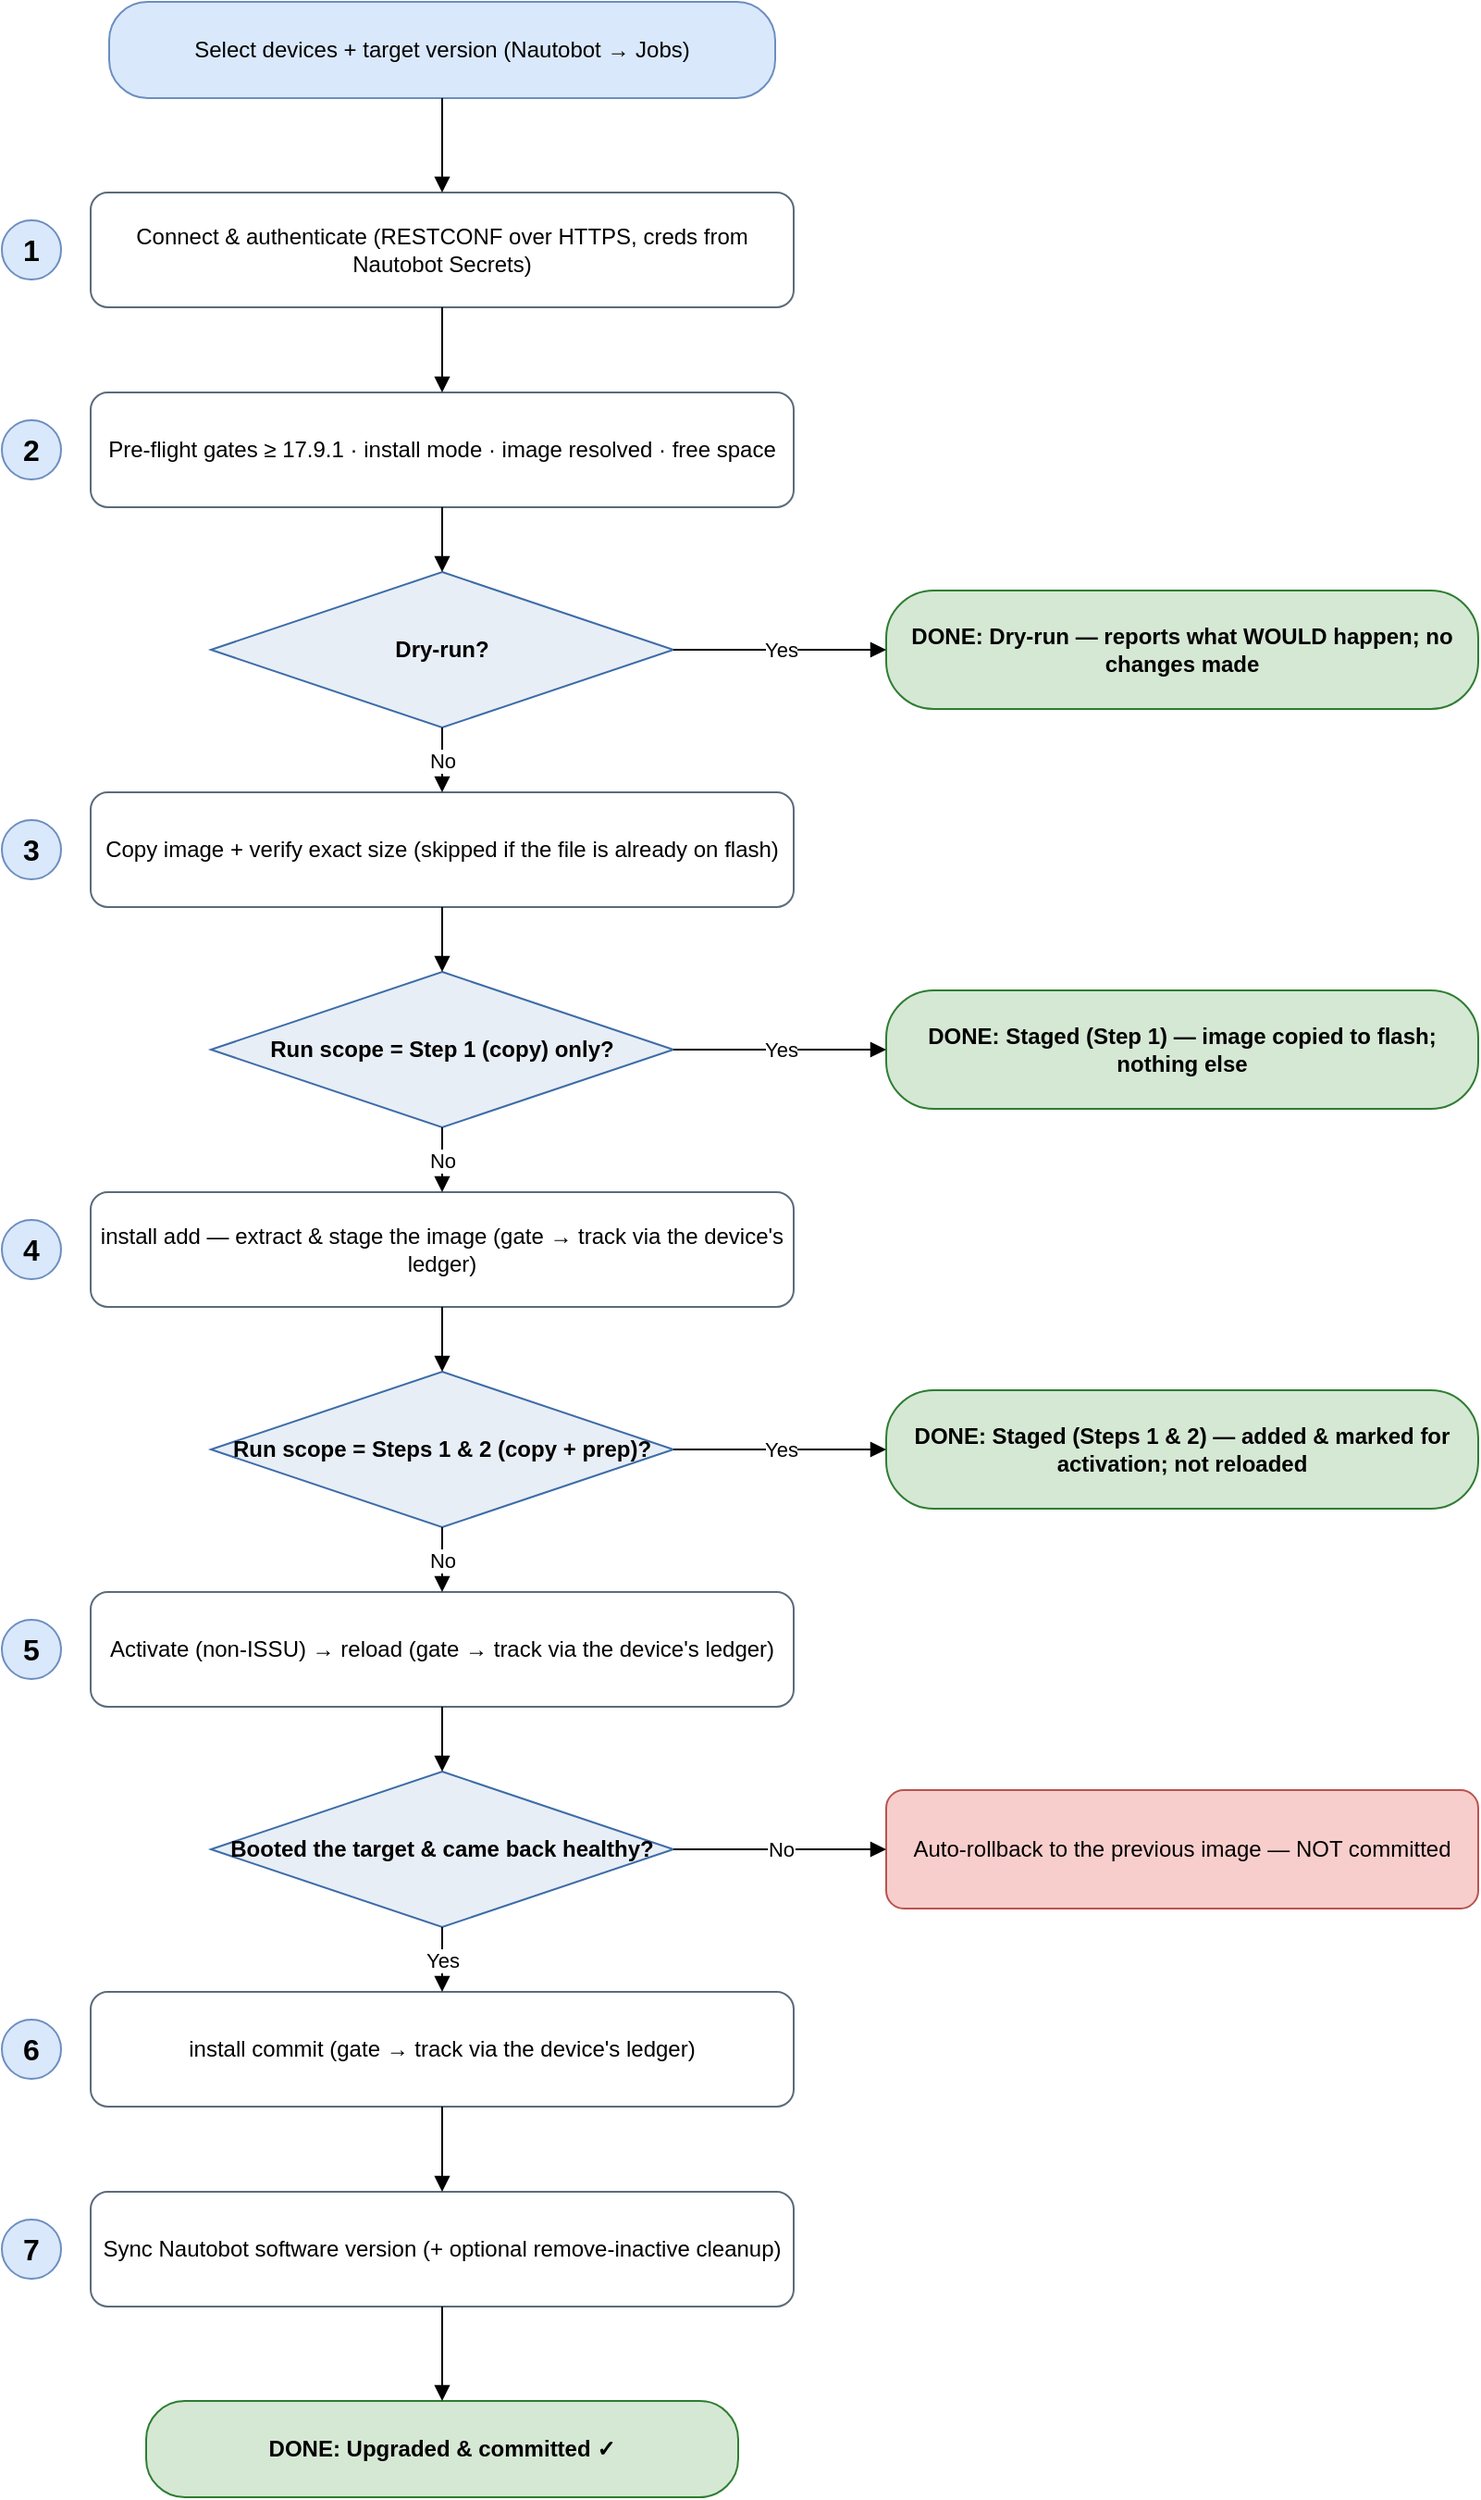
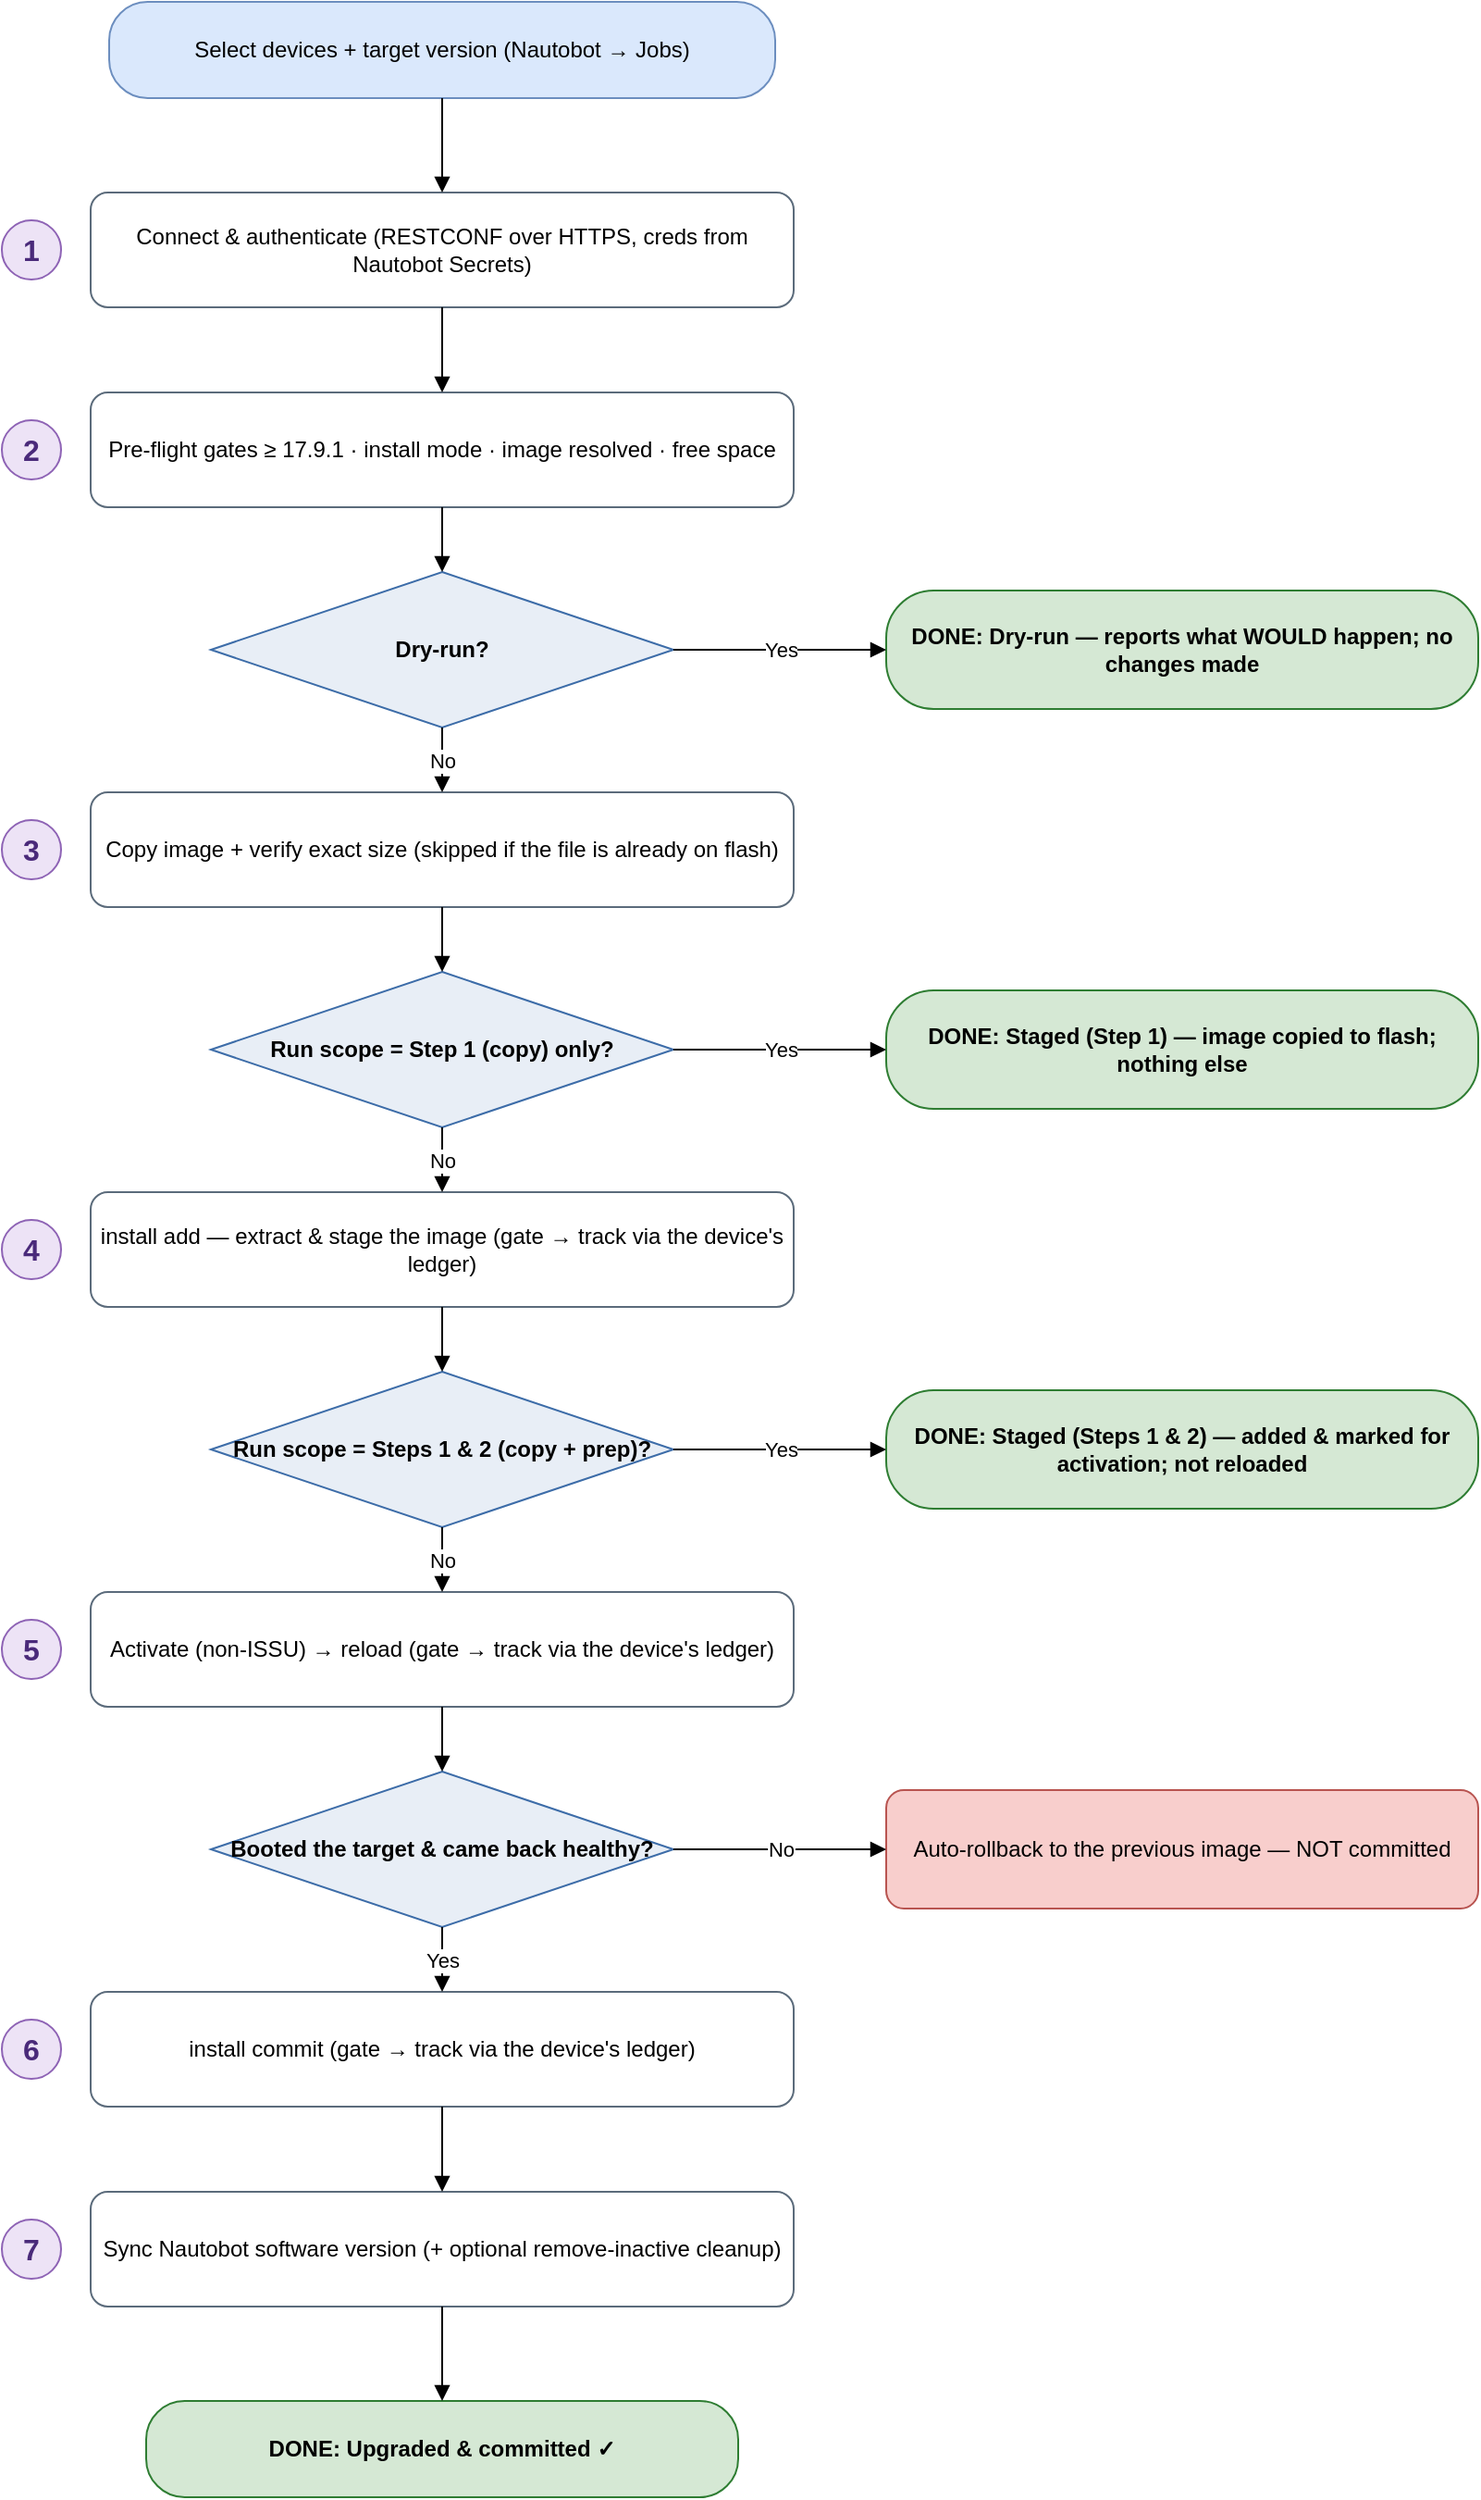
<mxfile host="app.diagrams.net" type="device">
  <diagram name="IOS-XE upgrade overview" id="iosxe-upgrade-overview">
    <mxGraphModel dx="1000" dy="1400" grid="1" gridSize="10" guides="1" tooltips="1"
        connect="1" arrows="1" fold="1" page="1" pageScale="1" math="0" shadow="0">
      <root>
        <mxCell id="0"/>
        <mxCell id="1" parent="0"/>
        <mxCell id="start" value="Select devices + target version&amp;#10;(Nautobot → Jobs)" style="rounded=1;arcSize=40;whiteSpace=wrap;html=1;fillColor=#DAE8FC;strokeColor=#6C8EBF;" vertex="1" parent="1"><mxGeometry x="160" y="52" width="360" height="52" as="geometry"/></mxCell>
        <mxCell id="connect" value="Connect &amp; authenticate&amp;#10;(RESTCONF over HTTPS, creds from Nautobot Secrets)" style="rounded=1;whiteSpace=wrap;html=1;fillColor=#FFFFFF;strokeColor=#5B6B7B;" vertex="1" parent="1"><mxGeometry x="150" y="155" width="380" height="62" as="geometry"/></mxCell>
        <mxCell id="gates" value="Pre-flight gates&amp;#10;≥ 17.9.1 · install mode · image resolved · free space" style="rounded=1;whiteSpace=wrap;html=1;fillColor=#FFFFFF;strokeColor=#5B6B7B;" vertex="1" parent="1"><mxGeometry x="150" y="263" width="380" height="62" as="geometry"/></mxCell>
        <mxCell id="d_dry" value="Dry-run?" style="rhombus;whiteSpace=wrap;html=1;fillColor=#E8EEF6;strokeColor=#3C6CA8;fontStyle=1;" vertex="1" parent="1"><mxGeometry x="215" y="360" width="250" height="84" as="geometry"/></mxCell>
        <mxCell id="copy" value="Copy image + verify exact size&amp;#10;(skipped if the file is already on flash)" style="rounded=1;whiteSpace=wrap;html=1;fillColor=#FFFFFF;strokeColor=#5B6B7B;" vertex="1" parent="1"><mxGeometry x="150" y="479" width="380" height="62" as="geometry"/></mxCell>
        <mxCell id="d_stagecopy" value="Run scope =&amp;#10;Step 1 (copy) only?" style="rhombus;whiteSpace=wrap;html=1;fillColor=#E8EEF6;strokeColor=#3C6CA8;fontStyle=1;" vertex="1" parent="1"><mxGeometry x="215" y="576" width="250" height="84" as="geometry"/></mxCell>
        <mxCell id="add" value="install add — extract &amp; stage the image&amp;#10;(gate → track via the device&#x27;s ledger)" style="rounded=1;whiteSpace=wrap;html=1;fillColor=#FFFFFF;strokeColor=#5B6B7B;" vertex="1" parent="1"><mxGeometry x="150" y="695" width="380" height="62" as="geometry"/></mxCell>
        <mxCell id="d_stageadd" value="Run scope =&amp;#10;Steps 1 &amp; 2&amp;#10;(copy + prep)?" style="rhombus;whiteSpace=wrap;html=1;fillColor=#E8EEF6;strokeColor=#3C6CA8;fontStyle=1;" vertex="1" parent="1"><mxGeometry x="215" y="792" width="250" height="84" as="geometry"/></mxCell>
        <mxCell id="activate" value="Activate (non-ISSU) → reload&amp;#10;(gate → track via the device&#x27;s ledger)" style="rounded=1;whiteSpace=wrap;html=1;fillColor=#FFFFFF;strokeColor=#5B6B7B;" vertex="1" parent="1"><mxGeometry x="150" y="911" width="380" height="62" as="geometry"/></mxCell>
        <mxCell id="d_boot" value="Booted the target&amp;#10;&amp; came back healthy?" style="rhombus;whiteSpace=wrap;html=1;fillColor=#E8EEF6;strokeColor=#3C6CA8;fontStyle=1;" vertex="1" parent="1"><mxGeometry x="215" y="1008" width="250" height="84" as="geometry"/></mxCell>
        <mxCell id="commit" value="install commit&amp;#10;(gate → track via the device&#x27;s ledger)" style="rounded=1;whiteSpace=wrap;html=1;fillColor=#FFFFFF;strokeColor=#5B6B7B;" vertex="1" parent="1"><mxGeometry x="150" y="1127" width="380" height="62" as="geometry"/></mxCell>
        <mxCell id="sync" value="Sync Nautobot software version&amp;#10;(+ optional remove-inactive cleanup)" style="rounded=1;whiteSpace=wrap;html=1;fillColor=#FFFFFF;strokeColor=#5B6B7B;" vertex="1" parent="1"><mxGeometry x="150" y="1235" width="380" height="62" as="geometry"/></mxCell>
        <mxCell id="done" value="DONE: Upgraded &amp; committed ✓" style="rounded=1;arcSize=40;whiteSpace=wrap;html=1;fillColor=#D5E8D4;strokeColor=#2E7D32;fontStyle=1;" vertex="1" parent="1"><mxGeometry x="180" y="1348" width="320" height="52" as="geometry"/></mxCell>
-         <mxCell id="connect_tag" value="1" style="rounded=1;arcSize=50;whiteSpace=wrap;html=1;fillColor=#DAE8FC;strokeColor=#6C8EBF;fontStyle=1;fontSize=16;" vertex="1" parent="1"><mxGeometry x="102" y="170" width="32" height="32" as="geometry"/></mxCell>
-         <mxCell id="gates_tag" value="2" style="rounded=1;arcSize=50;whiteSpace=wrap;html=1;fillColor=#DAE8FC;strokeColor=#6C8EBF;fontStyle=1;fontSize=16;" vertex="1" parent="1"><mxGeometry x="102" y="278" width="32" height="32" as="geometry"/></mxCell>
-         <mxCell id="copy_tag" value="3" style="rounded=1;arcSize=50;whiteSpace=wrap;html=1;fillColor=#DAE8FC;strokeColor=#6C8EBF;fontStyle=1;fontSize=16;" vertex="1" parent="1"><mxGeometry x="102" y="494" width="32" height="32" as="geometry"/></mxCell>
-         <mxCell id="add_tag" value="4" style="rounded=1;arcSize=50;whiteSpace=wrap;html=1;fillColor=#DAE8FC;strokeColor=#6C8EBF;fontStyle=1;fontSize=16;" vertex="1" parent="1"><mxGeometry x="102" y="710" width="32" height="32" as="geometry"/></mxCell>
-         <mxCell id="activate_tag" value="5" style="rounded=1;arcSize=50;whiteSpace=wrap;html=1;fillColor=#DAE8FC;strokeColor=#6C8EBF;fontStyle=1;fontSize=16;" vertex="1" parent="1"><mxGeometry x="102" y="926" width="32" height="32" as="geometry"/></mxCell>
-         <mxCell id="commit_tag" value="6" style="rounded=1;arcSize=50;whiteSpace=wrap;html=1;fillColor=#DAE8FC;strokeColor=#6C8EBF;fontStyle=1;fontSize=16;" vertex="1" parent="1"><mxGeometry x="102" y="1142" width="32" height="32" as="geometry"/></mxCell>
-         <mxCell id="sync_tag" value="7" style="rounded=1;arcSize=50;whiteSpace=wrap;html=1;fillColor=#DAE8FC;strokeColor=#6C8EBF;fontStyle=1;fontSize=16;" vertex="1" parent="1"><mxGeometry x="102" y="1250" width="32" height="32" as="geometry"/></mxCell>
+         <mxCell id="connect_tag" value="1" style="rounded=1;arcSize=50;whiteSpace=wrap;html=1;fillColor=#EDE3F6;strokeColor=#8E63B5;fontStyle=1;fontSize=16;fontColor=#4A2A7A;" vertex="1" parent="1"><mxGeometry x="102" y="170" width="32" height="32" as="geometry"/></mxCell>
+         <mxCell id="gates_tag" value="2" style="rounded=1;arcSize=50;whiteSpace=wrap;html=1;fillColor=#EDE3F6;strokeColor=#8E63B5;fontStyle=1;fontSize=16;fontColor=#4A2A7A;" vertex="1" parent="1"><mxGeometry x="102" y="278" width="32" height="32" as="geometry"/></mxCell>
+         <mxCell id="copy_tag" value="3" style="rounded=1;arcSize=50;whiteSpace=wrap;html=1;fillColor=#EDE3F6;strokeColor=#8E63B5;fontStyle=1;fontSize=16;fontColor=#4A2A7A;" vertex="1" parent="1"><mxGeometry x="102" y="494" width="32" height="32" as="geometry"/></mxCell>
+         <mxCell id="add_tag" value="4" style="rounded=1;arcSize=50;whiteSpace=wrap;html=1;fillColor=#EDE3F6;strokeColor=#8E63B5;fontStyle=1;fontSize=16;fontColor=#4A2A7A;" vertex="1" parent="1"><mxGeometry x="102" y="710" width="32" height="32" as="geometry"/></mxCell>
+         <mxCell id="activate_tag" value="5" style="rounded=1;arcSize=50;whiteSpace=wrap;html=1;fillColor=#EDE3F6;strokeColor=#8E63B5;fontStyle=1;fontSize=16;fontColor=#4A2A7A;" vertex="1" parent="1"><mxGeometry x="102" y="926" width="32" height="32" as="geometry"/></mxCell>
+         <mxCell id="commit_tag" value="6" style="rounded=1;arcSize=50;whiteSpace=wrap;html=1;fillColor=#EDE3F6;strokeColor=#8E63B5;fontStyle=1;fontSize=16;fontColor=#4A2A7A;" vertex="1" parent="1"><mxGeometry x="102" y="1142" width="32" height="32" as="geometry"/></mxCell>
+         <mxCell id="sync_tag" value="7" style="rounded=1;arcSize=50;whiteSpace=wrap;html=1;fillColor=#EDE3F6;strokeColor=#8E63B5;fontStyle=1;fontSize=16;fontColor=#4A2A7A;" vertex="1" parent="1"><mxGeometry x="102" y="1250" width="32" height="32" as="geometry"/></mxCell>
        <mxCell id="d_dry_term" value="DONE: Dry-run — reports what&amp;#10;WOULD happen; no changes made" style="rounded=1;arcSize=40;whiteSpace=wrap;html=1;fillColor=#D5E8D4;strokeColor=#2E7D32;fontStyle=1;" vertex="1" parent="1"><mxGeometry x="580" y="370" width="320" height="64" as="geometry"/></mxCell>
        <mxCell id="d_stagecopy_term" value="DONE: Staged (Step 1) — image&amp;#10;copied to flash; nothing else" style="rounded=1;arcSize=40;whiteSpace=wrap;html=1;fillColor=#D5E8D4;strokeColor=#2E7D32;fontStyle=1;" vertex="1" parent="1"><mxGeometry x="580" y="586" width="320" height="64" as="geometry"/></mxCell>
        <mxCell id="d_stageadd_term" value="DONE: Staged (Steps 1 &amp; 2) — added&amp;#10;&amp; marked for activation; not reloaded" style="rounded=1;arcSize=40;whiteSpace=wrap;html=1;fillColor=#D5E8D4;strokeColor=#2E7D32;fontStyle=1;" vertex="1" parent="1"><mxGeometry x="580" y="802" width="320" height="64" as="geometry"/></mxCell>
        <mxCell id="d_boot_term" value="Auto-rollback to the previous&amp;#10;image — NOT committed" style="rounded=1;whiteSpace=wrap;html=1;fillColor=#F8CECC;strokeColor=#B85450;" vertex="1" parent="1"><mxGeometry x="580" y="1018" width="320" height="64" as="geometry"/></mxCell>
        <mxCell id="e_d_dry_term" value="Yes" style="edgeStyle=orthogonalEdgeStyle;rounded=0;html=1;endArrow=block;" edge="1" parent="1" source="d_dry" target="d_dry_term"><mxGeometry relative="1" as="geometry"/></mxCell>
        <mxCell id="e_d_stagecopy_term" value="Yes" style="edgeStyle=orthogonalEdgeStyle;rounded=0;html=1;endArrow=block;" edge="1" parent="1" source="d_stagecopy" target="d_stagecopy_term"><mxGeometry relative="1" as="geometry"/></mxCell>
        <mxCell id="e_d_stageadd_term" value="Yes" style="edgeStyle=orthogonalEdgeStyle;rounded=0;html=1;endArrow=block;" edge="1" parent="1" source="d_stageadd" target="d_stageadd_term"><mxGeometry relative="1" as="geometry"/></mxCell>
        <mxCell id="e_d_boot_term" value="No" style="edgeStyle=orthogonalEdgeStyle;rounded=0;html=1;endArrow=block;" edge="1" parent="1" source="d_boot" target="d_boot_term"><mxGeometry relative="1" as="geometry"/></mxCell>
        <mxCell id="e_start_connect" value="" style="edgeStyle=orthogonalEdgeStyle;rounded=0;html=1;endArrow=block;" edge="1" parent="1" source="start" target="connect"><mxGeometry relative="1" as="geometry"/></mxCell>
        <mxCell id="e_connect_gates" value="" style="edgeStyle=orthogonalEdgeStyle;rounded=0;html=1;endArrow=block;" edge="1" parent="1" source="connect" target="gates"><mxGeometry relative="1" as="geometry"/></mxCell>
        <mxCell id="e_gates_d_dry" value="" style="edgeStyle=orthogonalEdgeStyle;rounded=0;html=1;endArrow=block;" edge="1" parent="1" source="gates" target="d_dry"><mxGeometry relative="1" as="geometry"/></mxCell>
        <mxCell id="e_d_dry_copy" value="No" style="edgeStyle=orthogonalEdgeStyle;rounded=0;html=1;endArrow=block;" edge="1" parent="1" source="d_dry" target="copy"><mxGeometry relative="1" as="geometry"/></mxCell>
        <mxCell id="e_copy_d_stagecopy" value="" style="edgeStyle=orthogonalEdgeStyle;rounded=0;html=1;endArrow=block;" edge="1" parent="1" source="copy" target="d_stagecopy"><mxGeometry relative="1" as="geometry"/></mxCell>
        <mxCell id="e_d_stagecopy_add" value="No" style="edgeStyle=orthogonalEdgeStyle;rounded=0;html=1;endArrow=block;" edge="1" parent="1" source="d_stagecopy" target="add"><mxGeometry relative="1" as="geometry"/></mxCell>
        <mxCell id="e_add_d_stageadd" value="" style="edgeStyle=orthogonalEdgeStyle;rounded=0;html=1;endArrow=block;" edge="1" parent="1" source="add" target="d_stageadd"><mxGeometry relative="1" as="geometry"/></mxCell>
        <mxCell id="e_d_stageadd_activate" value="No" style="edgeStyle=orthogonalEdgeStyle;rounded=0;html=1;endArrow=block;" edge="1" parent="1" source="d_stageadd" target="activate"><mxGeometry relative="1" as="geometry"/></mxCell>
        <mxCell id="e_activate_d_boot" value="" style="edgeStyle=orthogonalEdgeStyle;rounded=0;html=1;endArrow=block;" edge="1" parent="1" source="activate" target="d_boot"><mxGeometry relative="1" as="geometry"/></mxCell>
        <mxCell id="e_d_boot_commit" value="Yes" style="edgeStyle=orthogonalEdgeStyle;rounded=0;html=1;endArrow=block;" edge="1" parent="1" source="d_boot" target="commit"><mxGeometry relative="1" as="geometry"/></mxCell>
        <mxCell id="e_commit_sync" value="" style="edgeStyle=orthogonalEdgeStyle;rounded=0;html=1;endArrow=block;" edge="1" parent="1" source="commit" target="sync"><mxGeometry relative="1" as="geometry"/></mxCell>
        <mxCell id="e_sync_done" value="" style="edgeStyle=orthogonalEdgeStyle;rounded=0;html=1;endArrow=block;" edge="1" parent="1" source="sync" target="done"><mxGeometry relative="1" as="geometry"/></mxCell>
      </root>
    </mxGraphModel>
  </diagram>
</mxfile>
